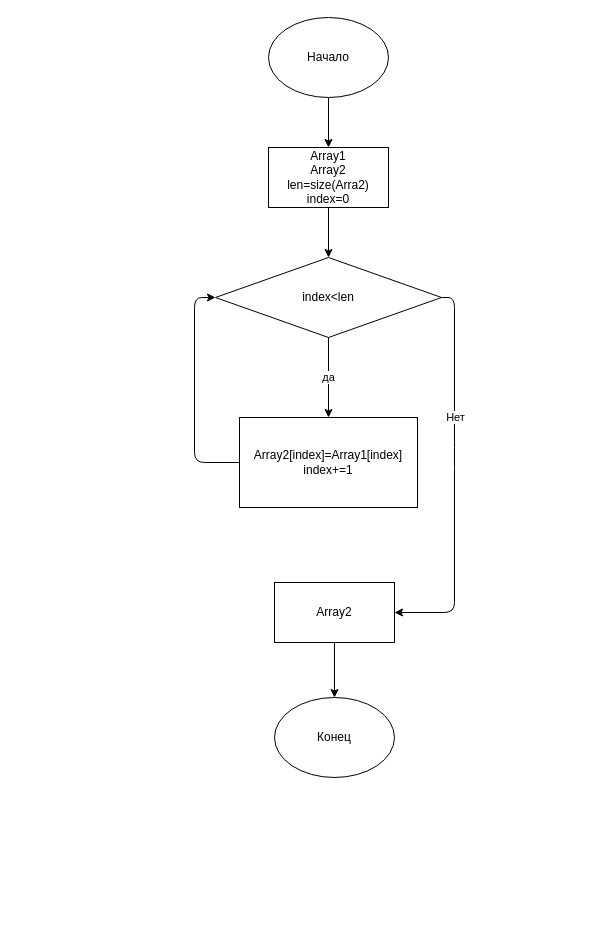
Vavikachka/Controle keeps this draw.io diagram as t.drawio. Above is the earlier version. Source tidied: cells renumbered, new cells numbered last; positions are measured from the earlier drawing's top-left corner, leaving out a move shared by most shapes. Both pictures are drawn from the tidied source at 100%, with x=0, y=0 at pixel (194, 17).
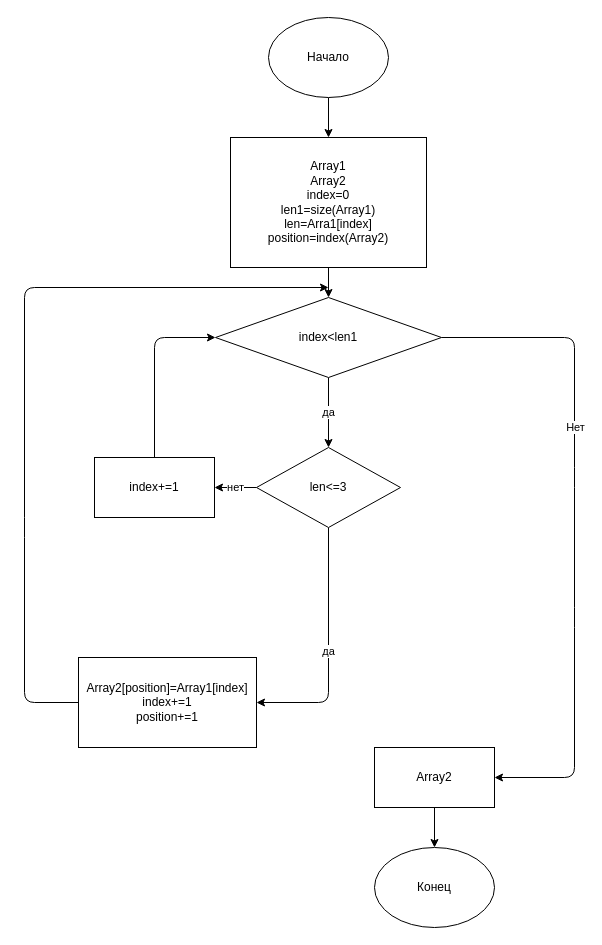
Above is the later version.

Commit message (it also covers changes not shown here):
переделанная программа

What changed in the source:
```diff
@@
-    <mxCell id="5" value="Array1&lt;br&gt;Array2&lt;br&gt;len=size(Arra2)&lt;br&gt;index=0" style="rounded=0;whiteSpace=wrap;html=1;" parent="1" vertex="1">
-      <mxGeometry x="74" y="130" width="120" height="60" as="geometry" />
+    <mxCell id="5" value="Array1&lt;br&gt;Array2&lt;br&gt;index=0&lt;br&gt;len1=size(Array1)&lt;br&gt;len=Arra1[index]&lt;br&gt;position=index(Array2)&lt;br&gt;" style="rounded=0;whiteSpace=wrap;html=1;" parent="1" vertex="1">
+      <mxGeometry x="36" y="120" width="196" height="130" as="geometry" />
     </mxCell>
-    <mxCell id="6" value="да" style="edgeStyle=none;html=1;exitX=0.5;exitY=1;exitDx=0;exitDy=0;entryX=0.5;entryY=0;entryDx=0;entryDy=0;" parent="1" edge="1" source="9" target="11">
-      <mxGeometry relative="1" as="geometry" />
-    </mxCell>
     <mxCell id="7" style="edgeStyle=none;html=1;exitX=1;exitY=0.5;exitDx=0;exitDy=0;entryX=1;entryY=0.5;entryDx=0;entryDy=0;" parent="1" edge="1" source="9" target="13">
       <mxGeometry relative="1" as="geometry">
         <Array as="points">
-          <mxPoint x="260" y="280" />
-          <mxPoint x="260" y="440" />
-          <mxPoint x="260" y="595" />
+          <mxPoint x="380" y="320" />
+          <mxPoint x="380" y="460" />
+          <mxPoint x="380" y="600" />
+          <mxPoint x="380" y="760" />
         </Array>
       </mxGeometry>
     </mxCell>
@@
+    <mxCell id="6" value="да" style="edgeStyle=none;html=1;exitX=0.5;exitY=1;exitDx=0;exitDy=0;entryX=0.5;entryY=0;entryDx=0;entryDy=0;" parent="1" edge="1" source="9" target="17">
+      <mxGeometry relative="1" as="geometry" />
+    </mxCell>
-    <mxCell id="9" value="index&amp;lt;len" style="rhombus;whiteSpace=wrap;html=1;" parent="1" vertex="1">
-      <mxGeometry x="21" y="240" width="226" height="80" as="geometry" />
+    <mxCell id="9" value="index&amp;lt;len1" style="rhombus;whiteSpace=wrap;html=1;" parent="1" vertex="1">
+      <mxGeometry x="21" y="280" width="226" height="80" as="geometry" />
     </mxCell>
-    <mxCell id="10" style="edgeStyle=none;html=1;exitX=0;exitY=0.5;exitDx=0;exitDy=0;entryX=0;entryY=0.5;entryDx=0;entryDy=0;" parent="1" edge="1" source="11" target="9">
+    <mxCell id="10" style="edgeStyle=none;html=1;exitX=0;exitY=0.5;exitDx=0;exitDy=0;" parent="1" edge="1" source="11">
       <mxGeometry relative="1" as="geometry">
+        <mxPoint x="134" y="270" as="targetPoint" />
         <Array as="points">
-          <mxPoint y="445" />
-          <mxPoint y="280" />
+          <mxPoint x="-170" y="685" />
+          <mxPoint x="-170" y="510" />
+          <mxPoint x="-170" y="270" />
         </Array>
       </mxGeometry>
     </mxCell>
-    <mxCell id="11" value="Array2[index]=Array1[index]&lt;br&gt;index+=1" style="rounded=0;whiteSpace=wrap;html=1;" parent="1" vertex="1">
-      <mxGeometry x="45" y="400" width="178" height="90" as="geometry" />
+    <mxCell id="11" value="Array2[position]=Array1[index]&lt;br&gt;index+=1&lt;br&gt;position+=1" style="rounded=0;whiteSpace=wrap;html=1;" parent="1" vertex="1">
+      <mxGeometry x="-116" y="640" width="178" height="90" as="geometry" />
     </mxCell>
@@
     <mxCell id="13" value="Array2" style="rounded=0;whiteSpace=wrap;html=1;" parent="1" vertex="1">
-      <mxGeometry x="80" y="565" width="120" height="60" as="geometry" />
+      <mxGeometry x="180" y="730" width="120" height="60" as="geometry" />
     </mxCell>
     <mxCell id="14" value="Конец" style="ellipse;whiteSpace=wrap;html=1;" parent="1" vertex="1">
-      <mxGeometry x="80" y="680" width="120" height="80" as="geometry" />
+      <mxGeometry x="180" y="830" width="120" height="80" as="geometry" />
     </mxCell>
+    <mxCell id="15" value="да" style="edgeStyle=none;html=1;exitX=0.5;exitY=1;exitDx=0;exitDy=0;entryX=1;entryY=0.5;entryDx=0;entryDy=0;" parent="1" edge="1" source="17" target="11">
+      <mxGeometry relative="1" as="geometry">
+        <Array as="points">
+          <mxPoint x="134" y="685" />
+        </Array>
+      </mxGeometry>
+    </mxCell>
+    <mxCell id="16" value="нет" style="edgeStyle=none;html=1;exitX=0;exitY=0.5;exitDx=0;exitDy=0;entryX=1;entryY=0.5;entryDx=0;entryDy=0;" parent="1" edge="1" source="17" target="19">
+      <mxGeometry relative="1" as="geometry" />
+    </mxCell>
+    <mxCell id="17" value="len&amp;lt;=3" style="rhombus;whiteSpace=wrap;html=1;" parent="1" vertex="1">
+      <mxGeometry x="62" y="430" width="144" height="80" as="geometry" />
+    </mxCell>
+    <mxCell id="18" style="edgeStyle=none;html=1;exitX=0.5;exitY=0;exitDx=0;exitDy=0;" parent="1" edge="1" source="19" target="9">
+      <mxGeometry relative="1" as="geometry">
+        <Array as="points">
+          <mxPoint x="-40" y="320" />
+        </Array>
+      </mxGeometry>
+    </mxCell>
+    <mxCell id="19" value="index+=1" style="rounded=0;whiteSpace=wrap;html=1;" parent="1" vertex="1">
+      <mxGeometry x="-100" y="440" width="120" height="60" as="geometry" />
+    </mxCell>
```
